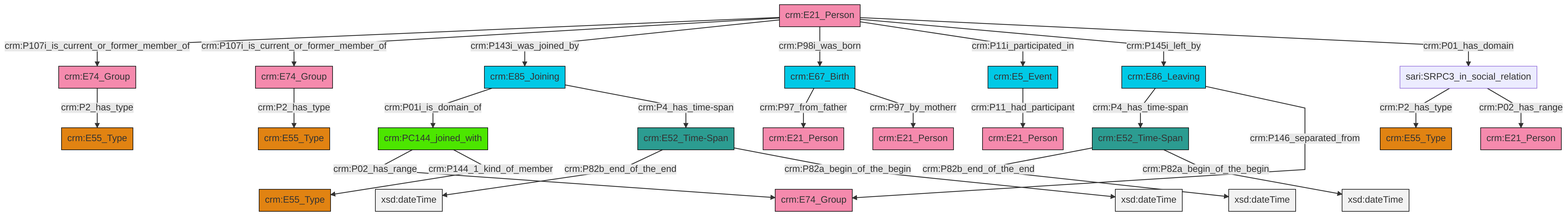
This is et/personCSV/ttl/mmd/png/Person_Actor_Relations.png from swiss-art-research-net/docs.swissartresearch, a Mermaid export, as it was before one commit. Its source is kept beside it as et/personCSV/ttl/mmd/Person_Actor_Relations.ttl.mmd.
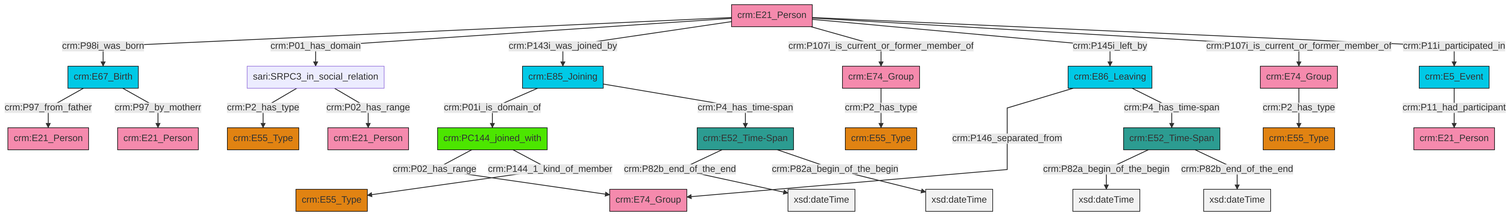
The same diagram one commit later.

Change to the diagram source:
```diff
@@ -13,27 +13,27 @@
 classDef PC_Classes fill:#4ce600, stroke:#000000;
 classDef Multi fill:#cccccc,stroke:#000000;
 
-2["crm:PC144_joined_with"]:::PC_Classes -->|crm:P02_has_range| 3["crm:E74_Group"]:::Actor
-7["crm:E21_Person"]:::Actor -->|crm:P107i_is_current_or_former_member_of| 8["crm:E74_Group"]:::Actor
-9["crm:E86_Leaving"]:::Temporal_Entity -->|crm:P4_has_time-span| 10["crm:E52_Time-Span"]:::Time-Span
-7["crm:E21_Person"]:::Actor -->|crm:P107i_is_current_or_former_member_of| 11["crm:E74_Group"]:::Actor
-10["crm:E52_Time-Span"]:::Time-Span -->|crm:P82b_end_of_the_end| 12[xsd:dateTime]:::Literal
-17["crm:E85_Joining"]:::Temporal_Entity -->|crm:P01i_is_domain_of| 2["crm:PC144_joined_with"]:::PC_Classes
-10["crm:E52_Time-Span"]:::Time-Span -->|crm:P82a_begin_of_the_begin| 18[xsd:dateTime]:::Literal
-11["crm:E74_Group"]:::Actor -->|crm:P2_has_type| 5["crm:E55_Type"]:::Type
-9["crm:E86_Leaving"]:::Temporal_Entity -->|crm:P146_separated_from| 3["crm:E74_Group"]:::Actor
-7["crm:E21_Person"]:::Actor -->|crm:P143i_was_joined_by| 17["crm:E85_Joining"]:::Temporal_Entity
-19["crm:E67_Birth"]:::Temporal_Entity -->|crm:P97_from_father| 26["crm:E21_Person"]:::Actor
-23["sari:SRPC3_in_social_relation"]:::Default -->|crm:P2_has_type| 30["crm:E55_Type"]:::Type
-27["crm:E52_Time-Span"]:::Time-Span -->|crm:P82b_end_of_the_end| 31[xsd:dateTime]:::Literal
-23["sari:SRPC3_in_social_relation"]:::Default -->|crm:P02_has_range| 35["crm:E21_Person"]:::Actor
-8["crm:E74_Group"]:::Actor -->|crm:P2_has_type| 13["crm:E55_Type"]:::Type
-17["crm:E85_Joining"]:::Temporal_Entity -->|crm:P4_has_time-span| 27["crm:E52_Time-Span"]:::Time-Span
-0["crm:E5_Event"]:::Temporal_Entity -->|crm:P11_had_participant| 32["crm:E21_Person"]:::Actor
-7["crm:E21_Person"]:::Actor -->|crm:P98i_was_born| 19["crm:E67_Birth"]:::Temporal_Entity
-2["crm:PC144_joined_with"]:::PC_Classes -->|crm:P144_1_kind_of_member| 15["crm:E55_Type"]:::Type
-7["crm:E21_Person"]:::Actor -->|crm:P11i_participated_in| 0["crm:E5_Event"]:::Temporal_Entity
-19["crm:E67_Birth"]:::Temporal_Entity -->|crm:P97_by_motherr| 37["crm:E21_Person"]:::Actor
-27["crm:E52_Time-Span"]:::Time-Span -->|crm:P82a_begin_of_the_begin| 46[xsd:dateTime]:::Literal
-7["crm:E21_Person"]:::Actor -->|crm:P145i_left_by| 9["crm:E86_Leaving"]:::Temporal_Entity
-7["crm:E21_Person"]:::Actor -->|crm:P01_has_domain| 23["sari:SRPC3_in_social_relation"]:::Default
+4["crm:E85_Joining"]:::Temporal_Entity -->|crm:P01i_is_domain_of| 5["crm:PC144_joined_with"]:::PC_Classes
+0["crm:E52_Time-Span"]:::Time-Span -->|crm:P82a_begin_of_the_begin| 6[xsd:dateTime]:::Literal
+0["crm:E52_Time-Span"]:::Time-Span -->|crm:P82b_end_of_the_end| 7[xsd:dateTime]:::Literal
+9["crm:E5_Event"]:::Temporal_Entity -->|crm:P11_had_participant| 10["crm:E21_Person"]:::Actor
+11["crm:E21_Person"]:::Actor -->|crm:P98i_was_born| 2["crm:E67_Birth"]:::Temporal_Entity
+12["crm:E74_Group"]:::Actor -->|crm:P2_has_type| 13["crm:E55_Type"]:::Type
+14["crm:E86_Leaving"]:::Temporal_Entity -->|crm:P146_separated_from| 15["crm:E74_Group"]:::Actor
+16["sari:SRPC3_in_social_relation"]:::Default -->|crm:P2_has_type| 17["crm:E55_Type"]:::Type
+16["sari:SRPC3_in_social_relation"]:::Default -->|crm:P02_has_range| 18["crm:E21_Person"]:::Actor
+11["crm:E21_Person"]:::Actor -->|crm:P01_has_domain| 16["sari:SRPC3_in_social_relation"]:::Default
+2["crm:E67_Birth"]:::Temporal_Entity -->|crm:P97_from_father| 23["crm:E21_Person"]:::Actor
+11["crm:E21_Person"]:::Actor -->|crm:P143i_was_joined_by| 4["crm:E85_Joining"]:::Temporal_Entity
+29["crm:E52_Time-Span"]:::Time-Span -->|crm:P82b_end_of_the_end| 30[xsd:dateTime]:::Literal
+14["crm:E86_Leaving"]:::Temporal_Entity -->|crm:P4_has_time-span| 0["crm:E52_Time-Span"]:::Time-Span
+29["crm:E52_Time-Span"]:::Time-Span -->|crm:P82a_begin_of_the_begin| 33[xsd:dateTime]:::Literal
+5["crm:PC144_joined_with"]:::PC_Classes -->|crm:P02_has_range| 15["crm:E74_Group"]:::Actor
+11["crm:E21_Person"]:::Actor -->|crm:P107i_is_current_or_former_member_of| 12["crm:E74_Group"]:::Actor
+4["crm:E85_Joining"]:::Temporal_Entity -->|crm:P4_has_time-span| 29["crm:E52_Time-Span"]:::Time-Span
+11["crm:E21_Person"]:::Actor -->|crm:P145i_left_by| 14["crm:E86_Leaving"]:::Temporal_Entity
+11["crm:E21_Person"]:::Actor -->|crm:P107i_is_current_or_former_member_of| 38["crm:E74_Group"]:::Actor
+5["crm:PC144_joined_with"]:::PC_Classes -->|crm:P144_1_kind_of_member| 39["crm:E55_Type"]:::Type
+38["crm:E74_Group"]:::Actor -->|crm:P2_has_type| 31["crm:E55_Type"]:::Type
+11["crm:E21_Person"]:::Actor -->|crm:P11i_participated_in| 9["crm:E5_Event"]:::Temporal_Entity
+2["crm:E67_Birth"]:::Temporal_Entity -->|crm:P97_by_motherr| 44["crm:E21_Person"]:::Actor
```
